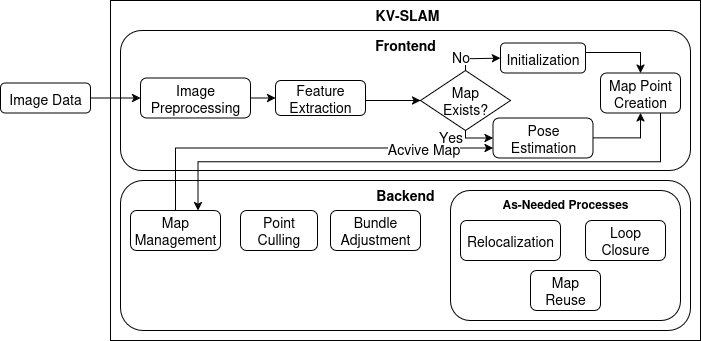
Before: documents/thesis/resources/subprocesses.png, a diagram exported from draw.io (TomZurales/Thesis). Source tidied: cells renumbered, new cells last; positions are measured from the earlier drawing's top-left corner, leaving out a move shared by most shapes. The source it was exported from:
```xml
<mxGraphModel>
  <root>
    <mxCell id="0" />
    <mxCell id="1" parent="0" />
    <mxCell id="2" value="&amp;nbsp;&lt;b&gt;KV-SLAM&lt;/b&gt;" style="rounded=0;whiteSpace=wrap;html=1;verticalAlign=top;align=center;fontSize=14;" parent="1" vertex="1">
      <mxGeometry x="110" width="590" height="340" as="geometry" />
    </mxCell>
    <mxCell id="3" style="edgeStyle=orthogonalEdgeStyle;rounded=0;jettySize=auto;html=1;exitX=1;exitY=0.5;exitDx=0;exitDy=0;entryX=0;entryY=0.5;entryDx=0;entryDy=0;fontSize=14;" parent="1" edge="1" source="5" target="8">
      <mxGeometry relative="1" as="geometry" />
    </mxCell>
    <mxCell id="4" value="&lt;b&gt;Frontend&lt;/b&gt;" style="rounded=1;whiteSpace=wrap;html=1;verticalAlign=top;fontSize=14;fillColor=none;" parent="1" vertex="1">
      <mxGeometry x="120" y="30" width="570" height="140" as="geometry" />
    </mxCell>
    <mxCell id="5" value="Image Data" style="rounded=1;whiteSpace=wrap;html=1;verticalAlign=middle;fontSize=14;" parent="1" vertex="1">
      <mxGeometry y="82.5" width="90" height="30" as="geometry" />
    </mxCell>
    <mxCell id="6" value="Backend" style="rounded=1;whiteSpace=wrap;html=1;fontStyle=1;verticalAlign=top;fontSize=14;" parent="1" vertex="1">
      <mxGeometry x="120" y="180" width="570" height="150" as="geometry" />
    </mxCell>
    <mxCell id="7" style="edgeStyle=orthogonalEdgeStyle;rounded=0;jettySize=auto;html=1;exitX=1;exitY=0.5;exitDx=0;exitDy=0;entryX=0;entryY=0.5;entryDx=0;entryDy=0;fontSize=14;" parent="1" edge="1" source="8" target="10">
      <mxGeometry relative="1" as="geometry" />
    </mxCell>
    <mxCell id="8" value="Image Preprocessing" style="rounded=1;whiteSpace=wrap;html=1;fontSize=14;" parent="1" vertex="1">
      <mxGeometry x="140" y="77.5" width="110" height="40" as="geometry" />
    </mxCell>
    <mxCell id="9" style="edgeStyle=orthogonalEdgeStyle;rounded=0;jettySize=auto;html=1;exitX=1;exitY=0.5;exitDx=0;exitDy=0;entryX=0;entryY=0.5;entryDx=0;entryDy=0;fontSize=14;" parent="1" edge="1" source="10" target="24">
      <mxGeometry relative="1" as="geometry">
        <Array as="points">
          <mxPoint x="360" y="98" />
          <mxPoint x="360" y="100" />
        </Array>
      </mxGeometry>
    </mxCell>
    <mxCell id="10" value="&lt;div&gt;Feature&lt;/div&gt;&lt;div&gt;Extraction&lt;/div&gt;" style="rounded=1;whiteSpace=wrap;html=1;fontSize=14;" parent="1" vertex="1">
      <mxGeometry x="275" y="80" width="90" height="35" as="geometry" />
    </mxCell>
    <mxCell id="11" style="edgeStyle=orthogonalEdgeStyle;rounded=0;jettySize=auto;html=1;exitX=0.5;exitY=0;exitDx=0;exitDy=0;entryX=1;entryY=0.25;entryDx=0;entryDy=0;fontSize=14;" parent="1" edge="1" source="13" target="15">
      <mxGeometry relative="1" as="geometry" />
    </mxCell>
    <mxCell id="12" value="Acvive Map" style="edgeLabel;html=1;align=center;verticalAlign=middle;fontSize=14;" parent="11" vertex="1">
      <mxGeometry x="-0.2" y="-1" relative="1" as="geometry">
        <mxPoint x="159" y="-1" as="offset" />
      </mxGeometry>
    </mxCell>
    <mxCell id="13" value="&lt;div&gt;Map&lt;/div&gt;&lt;div&gt;Management&lt;/div&gt;" style="rounded=1;whiteSpace=wrap;html=1;fontSize=14;" parent="1" vertex="1">
      <mxGeometry x="130" y="210" width="90" height="40" as="geometry" />
    </mxCell>
    <mxCell id="14" style="edgeStyle=orthogonalEdgeStyle;rounded=0;jettySize=auto;html=1;exitX=0;exitY=0.5;exitDx=0;exitDy=0;entryX=0.5;entryY=1;entryDx=0;entryDy=0;" parent="1" edge="1" source="15" target="26">
      <mxGeometry relative="1" as="geometry" />
    </mxCell>
    <mxCell id="15" value="Pose Estimation" style="rounded=1;whiteSpace=wrap;html=1;fontSize=14;direction=west;" parent="1" vertex="1">
      <mxGeometry x="492.5" y="117.5" width="100" height="40" as="geometry" />
    </mxCell>
    <mxCell id="16" value="&lt;div&gt;Bundle&lt;/div&gt;&lt;div&gt;Adjustment&lt;/div&gt;" style="rounded=1;whiteSpace=wrap;html=1;fontSize=14;" parent="1" vertex="1">
      <mxGeometry x="330" y="210" width="90" height="40" as="geometry" />
    </mxCell>
    <mxCell id="17" value="&lt;div&gt;Point&lt;/div&gt;&lt;div&gt;Culling&lt;/div&gt;" style="rounded=1;whiteSpace=wrap;html=1;fontSize=14;" parent="1" vertex="1">
      <mxGeometry x="240" y="210" width="77" height="40" as="geometry" />
    </mxCell>
    <mxCell id="18" style="edgeStyle=orthogonalEdgeStyle;rounded=0;jettySize=auto;html=1;exitX=1;exitY=0.5;exitDx=0;exitDy=0;entryX=0.5;entryY=0;entryDx=0;entryDy=0;" parent="1" edge="1" source="19" target="26">
      <mxGeometry relative="1" as="geometry">
        <Array as="points">
          <mxPoint x="585" y="52" />
          <mxPoint x="640" y="52" />
        </Array>
      </mxGeometry>
    </mxCell>
    <mxCell id="19" value="&lt;div&gt;Initialization&lt;/div&gt;" style="rounded=1;whiteSpace=wrap;html=1;fontSize=14;" parent="1" vertex="1">
      <mxGeometry x="500" y="42.5" width="85" height="30" as="geometry" />
    </mxCell>
    <mxCell id="20" style="edgeStyle=orthogonalEdgeStyle;rounded=0;jettySize=auto;html=1;exitX=0.5;exitY=1;exitDx=0;exitDy=0;entryX=1;entryY=0.5;entryDx=0;entryDy=0;fontSize=14;" parent="1" edge="1" source="24" target="15">
      <mxGeometry relative="1" as="geometry">
        <Array as="points">
          <mxPoint x="465" y="138" />
        </Array>
      </mxGeometry>
    </mxCell>
    <mxCell id="21" value="&lt;div&gt;Yes&lt;/div&gt;" style="edgeLabel;html=1;align=center;verticalAlign=middle;fontSize=14;" parent="20" vertex="1">
      <mxGeometry x="-0.67" y="2" relative="1" as="geometry">
        <mxPoint x="-17" as="offset" />
      </mxGeometry>
    </mxCell>
    <mxCell id="22" style="edgeStyle=orthogonalEdgeStyle;rounded=0;jettySize=auto;html=1;exitX=0.5;exitY=0;exitDx=0;exitDy=0;entryX=0;entryY=0.5;entryDx=0;entryDy=0;fontSize=14;" parent="1" edge="1" source="24" target="19">
      <mxGeometry relative="1" as="geometry">
        <Array as="points">
          <mxPoint x="465" y="58" />
          <mxPoint x="475" y="58" />
        </Array>
      </mxGeometry>
    </mxCell>
    <mxCell id="23" value="No" style="edgeLabel;html=1;align=center;verticalAlign=middle;fontSize=14;" parent="22" vertex="1">
      <mxGeometry x="-0.73" relative="1" as="geometry">
        <mxPoint x="-5" y="-8" as="offset" />
      </mxGeometry>
    </mxCell>
    <mxCell id="24" value="&lt;div&gt;Map&lt;/div&gt;&lt;div&gt;Exists?&lt;/div&gt;" style="rhombus;whiteSpace=wrap;html=1;fontSize=14;" parent="1" vertex="1">
      <mxGeometry x="420" y="70" width="90" height="60" as="geometry" />
    </mxCell>
    <mxCell id="25" style="edgeStyle=orthogonalEdgeStyle;rounded=0;jettySize=auto;html=1;exitX=0.75;exitY=1;exitDx=0;exitDy=0;entryX=0.75;entryY=0;entryDx=0;entryDy=0;" parent="1" edge="1" source="26" target="13">
      <mxGeometry relative="1" as="geometry" />
    </mxCell>
    <mxCell id="26" value="&lt;div&gt;&lt;font&gt;Map Point&lt;/font&gt;&lt;/div&gt;&lt;div&gt;&lt;font&gt;Creation&lt;/font&gt;&lt;/div&gt;" style="rounded=1;whiteSpace=wrap;html=1;fontSize=14;" parent="1" vertex="1">
      <mxGeometry x="600" y="72.5" width="80" height="40" as="geometry" />
    </mxCell>
    <mxCell id="27" value="&lt;b&gt;As-Needed Processes&lt;/b&gt;" style="rounded=1;whiteSpace=wrap;html=1;verticalAlign=top;" parent="1" vertex="1">
      <mxGeometry x="450" y="190" width="230" height="130" as="geometry" />
    </mxCell>
    <mxCell id="28" value="&lt;font style=&quot;font-size: 14px;&quot;&gt;Relocalization&lt;/font&gt;" style="rounded=1;whiteSpace=wrap;html=1;" parent="1" vertex="1">
      <mxGeometry x="460" y="220" width="100" height="40" as="geometry" />
    </mxCell>
    <mxCell id="29" value="&lt;div&gt;&lt;font style=&quot;font-size: 14px;&quot;&gt;Loop&lt;/font&gt;&lt;/div&gt;&lt;div&gt;&lt;font style=&quot;font-size: 14px;&quot;&gt;Closure&lt;/font&gt;&lt;/div&gt;" style="rounded=1;whiteSpace=wrap;html=1;" parent="1" vertex="1">
      <mxGeometry x="585" y="220" width="80" height="40" as="geometry" />
    </mxCell>
    <mxCell id="30" value="&lt;div&gt;&lt;font style=&quot;font-size: 14px;&quot;&gt;Map&lt;/font&gt;&lt;/div&gt;&lt;div&gt;&lt;font style=&quot;font-size: 14px;&quot;&gt;Reuse&lt;/font&gt;&lt;/div&gt;" style="rounded=1;whiteSpace=wrap;html=1;" parent="1" vertex="1">
      <mxGeometry x="530" y="270" width="70" height="40" as="geometry" />
    </mxCell>
  </root>
</mxGraphModel>
```
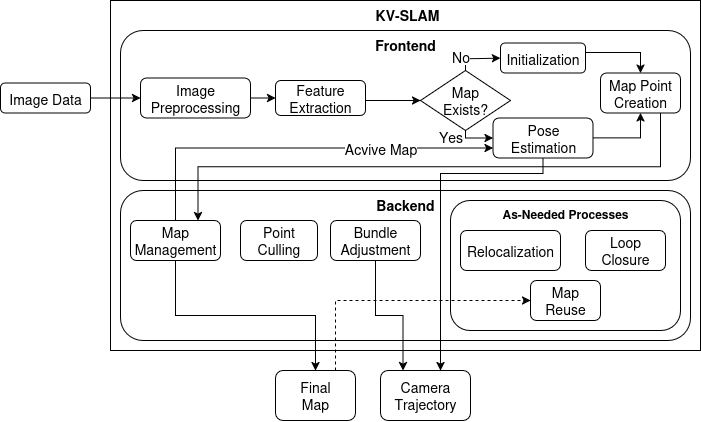
After the change.

Commit message:
Automated commit: changes in documents/ directory at 2025-07-21 10:15:44

What changed in the source:
```diff
@@ -3,19 +3,19 @@
     <mxCell id="0" />
     <mxCell id="1" parent="0" />
     <mxCell id="2" value="&amp;nbsp;&lt;b&gt;KV-SLAM&lt;/b&gt;" style="rounded=0;whiteSpace=wrap;html=1;verticalAlign=top;align=center;fontSize=14;" parent="1" vertex="1">
-      <mxGeometry x="110" width="590" height="340" as="geometry" />
+      <mxGeometry x="110" width="590" height="350" as="geometry" />
     </mxCell>
     <mxCell id="3" style="edgeStyle=orthogonalEdgeStyle;rounded=0;jettySize=auto;html=1;exitX=1;exitY=0.5;exitDx=0;exitDy=0;entryX=0;entryY=0.5;entryDx=0;entryDy=0;fontSize=14;" parent="1" edge="1" source="5" target="8">
       <mxGeometry relative="1" as="geometry" />
     </mxCell>
     <mxCell id="4" value="&lt;b&gt;Frontend&lt;/b&gt;" style="rounded=1;whiteSpace=wrap;html=1;verticalAlign=top;fontSize=14;fillColor=none;" parent="1" vertex="1">
-      <mxGeometry x="120" y="30" width="570" height="140" as="geometry" />
+      <mxGeometry x="120" y="30" width="570" height="150" as="geometry" />
     </mxCell>
     <mxCell id="5" value="Image Data" style="rounded=1;whiteSpace=wrap;html=1;verticalAlign=middle;fontSize=14;" parent="1" vertex="1">
       <mxGeometry y="82.5" width="90" height="30" as="geometry" />
     </mxCell>
     <mxCell id="6" value="Backend" style="rounded=1;whiteSpace=wrap;html=1;fontStyle=1;verticalAlign=top;fontSize=14;" parent="1" vertex="1">
-      <mxGeometry x="120" y="180" width="570" height="150" as="geometry" />
+      <mxGeometry x="120" y="190" width="570" height="150" as="geometry" />
     </mxCell>
     <mxCell id="7" style="edgeStyle=orthogonalEdgeStyle;rounded=0;jettySize=auto;html=1;exitX=1;exitY=0.5;exitDx=0;exitDy=0;entryX=0;entryY=0.5;entryDx=0;entryDy=0;fontSize=14;" parent="1" edge="1" source="8" target="10">
       <mxGeometry relative="1" as="geometry" />
@@ -39,23 +39,37 @@
     </mxCell>
     <mxCell id="12" value="Acvive Map" style="edgeLabel;html=1;align=center;verticalAlign=middle;fontSize=14;" parent="11" vertex="1">
       <mxGeometry x="-0.2" y="-1" relative="1" as="geometry">
-        <mxPoint x="159" y="-1" as="offset" />
+        <mxPoint x="122" y="-1" as="offset" />
       </mxGeometry>
     </mxCell>
+    <mxCell id="31" style="edgeStyle=orthogonalEdgeStyle;rounded=0;jettySize=auto;html=1;exitX=0.5;exitY=1;exitDx=0;exitDy=0;" parent="1" edge="1" source="13" target="35">
+      <mxGeometry relative="1" as="geometry" />
+    </mxCell>
     <mxCell id="13" value="&lt;div&gt;Map&lt;/div&gt;&lt;div&gt;Management&lt;/div&gt;" style="rounded=1;whiteSpace=wrap;html=1;fontSize=14;" parent="1" vertex="1">
-      <mxGeometry x="130" y="210" width="90" height="40" as="geometry" />
+      <mxGeometry x="130" y="220" width="90" height="40" as="geometry" />
     </mxCell>
     <mxCell id="14" style="edgeStyle=orthogonalEdgeStyle;rounded=0;jettySize=auto;html=1;exitX=0;exitY=0.5;exitDx=0;exitDy=0;entryX=0.5;entryY=1;entryDx=0;entryDy=0;" parent="1" edge="1" source="15" target="26">
       <mxGeometry relative="1" as="geometry" />
     </mxCell>
+    <mxCell id="32" style="edgeStyle=orthogonalEdgeStyle;rounded=0;jettySize=auto;html=1;exitX=0.5;exitY=0;exitDx=0;exitDy=0;" parent="1" edge="1" source="15" target="36">
+      <mxGeometry relative="1" as="geometry">
+        <Array as="points">
+          <mxPoint x="542" y="173" />
+          <mxPoint x="440" y="173" />
+        </Array>
+      </mxGeometry>
+    </mxCell>
     <mxCell id="15" value="Pose Estimation" style="rounded=1;whiteSpace=wrap;html=1;fontSize=14;direction=west;" parent="1" vertex="1">
       <mxGeometry x="492.5" y="117.5" width="100" height="40" as="geometry" />
     </mxCell>
+    <mxCell id="33" style="edgeStyle=orthogonalEdgeStyle;rounded=0;jettySize=auto;html=1;exitX=0.5;exitY=1;exitDx=0;exitDy=0;entryX=0.25;entryY=0;entryDx=0;entryDy=0;" parent="1" edge="1" source="16" target="36">
+      <mxGeometry relative="1" as="geometry" />
+    </mxCell>
     <mxCell id="16" value="&lt;div&gt;Bundle&lt;/div&gt;&lt;div&gt;Adjustment&lt;/div&gt;" style="rounded=1;whiteSpace=wrap;html=1;fontSize=14;" parent="1" vertex="1">
-      <mxGeometry x="330" y="210" width="90" height="40" as="geometry" />
+      <mxGeometry x="330" y="220" width="90" height="40" as="geometry" />
     </mxCell>
     <mxCell id="17" value="&lt;div&gt;Point&lt;/div&gt;&lt;div&gt;Culling&lt;/div&gt;" style="rounded=1;whiteSpace=wrap;html=1;fontSize=14;" parent="1" vertex="1">
-      <mxGeometry x="240" y="210" width="77" height="40" as="geometry" />
+      <mxGeometry x="240" y="220" width="77" height="40" as="geometry" />
     </mxCell>
     <mxCell id="18" style="edgeStyle=orthogonalEdgeStyle;rounded=0;jettySize=auto;html=1;exitX=1;exitY=0.5;exitDx=0;exitDy=0;entryX=0.5;entryY=0;entryDx=0;entryDy=0;" parent="1" edge="1" source="19" target="26">
       <mxGeometry relative="1" as="geometry">
@@ -103,16 +117,25 @@
       <mxGeometry x="600" y="72.5" width="80" height="40" as="geometry" />
     </mxCell>
     <mxCell id="27" value="&lt;b&gt;As-Needed Processes&lt;/b&gt;" style="rounded=1;whiteSpace=wrap;html=1;verticalAlign=top;" parent="1" vertex="1">
-      <mxGeometry x="450" y="190" width="230" height="130" as="geometry" />
+      <mxGeometry x="450" y="200" width="230" height="130" as="geometry" />
     </mxCell>
     <mxCell id="28" value="&lt;font style=&quot;font-size: 14px;&quot;&gt;Relocalization&lt;/font&gt;" style="rounded=1;whiteSpace=wrap;html=1;" parent="1" vertex="1">
-      <mxGeometry x="460" y="220" width="100" height="40" as="geometry" />
+      <mxGeometry x="460" y="230" width="100" height="40" as="geometry" />
     </mxCell>
     <mxCell id="29" value="&lt;div&gt;&lt;font style=&quot;font-size: 14px;&quot;&gt;Loop&lt;/font&gt;&lt;/div&gt;&lt;div&gt;&lt;font style=&quot;font-size: 14px;&quot;&gt;Closure&lt;/font&gt;&lt;/div&gt;" style="rounded=1;whiteSpace=wrap;html=1;" parent="1" vertex="1">
-      <mxGeometry x="585" y="220" width="80" height="40" as="geometry" />
+      <mxGeometry x="585" y="230" width="80" height="40" as="geometry" />
     </mxCell>
     <mxCell id="30" value="&lt;div&gt;&lt;font style=&quot;font-size: 14px;&quot;&gt;Map&lt;/font&gt;&lt;/div&gt;&lt;div&gt;&lt;font style=&quot;font-size: 14px;&quot;&gt;Reuse&lt;/font&gt;&lt;/div&gt;" style="rounded=1;whiteSpace=wrap;html=1;" parent="1" vertex="1">
-      <mxGeometry x="530" y="270" width="70" height="40" as="geometry" />
+      <mxGeometry x="530" y="280" width="70" height="40" as="geometry" />
     </mxCell>
+    <mxCell id="34" style="edgeStyle=orthogonalEdgeStyle;rounded=0;jettySize=auto;html=1;exitX=0.75;exitY=0;exitDx=0;exitDy=0;entryX=0;entryY=0.5;entryDx=0;entryDy=0;dashed=1;" parent="1" edge="1" source="35" target="30">
+      <mxGeometry relative="1" as="geometry" />
+    </mxCell>
+    <mxCell id="35" value="&lt;div&gt;&lt;font style=&quot;font-size: 14px;&quot;&gt;Final&lt;/font&gt;&lt;/div&gt;&lt;div&gt;&lt;font style=&quot;font-size: 14px;&quot;&gt;Map&lt;/font&gt;&lt;/div&gt;" style="rounded=1;whiteSpace=wrap;html=1;" parent="1" vertex="1">
+      <mxGeometry x="275" y="370" width="80" height="50" as="geometry" />
+    </mxCell>
+    <mxCell id="36" value="&lt;div&gt;&lt;font style=&quot;font-size: 14px;&quot;&gt;Camera&lt;/font&gt;&lt;/div&gt;&lt;div&gt;&lt;font style=&quot;font-size: 14px;&quot;&gt;Trajectory&lt;/font&gt;&lt;/div&gt;" style="rounded=1;whiteSpace=wrap;html=1;" parent="1" vertex="1">
+      <mxGeometry x="380" y="370" width="90" height="50" as="geometry" />
+    </mxCell>
   </root>
 </mxGraphModel>
```
